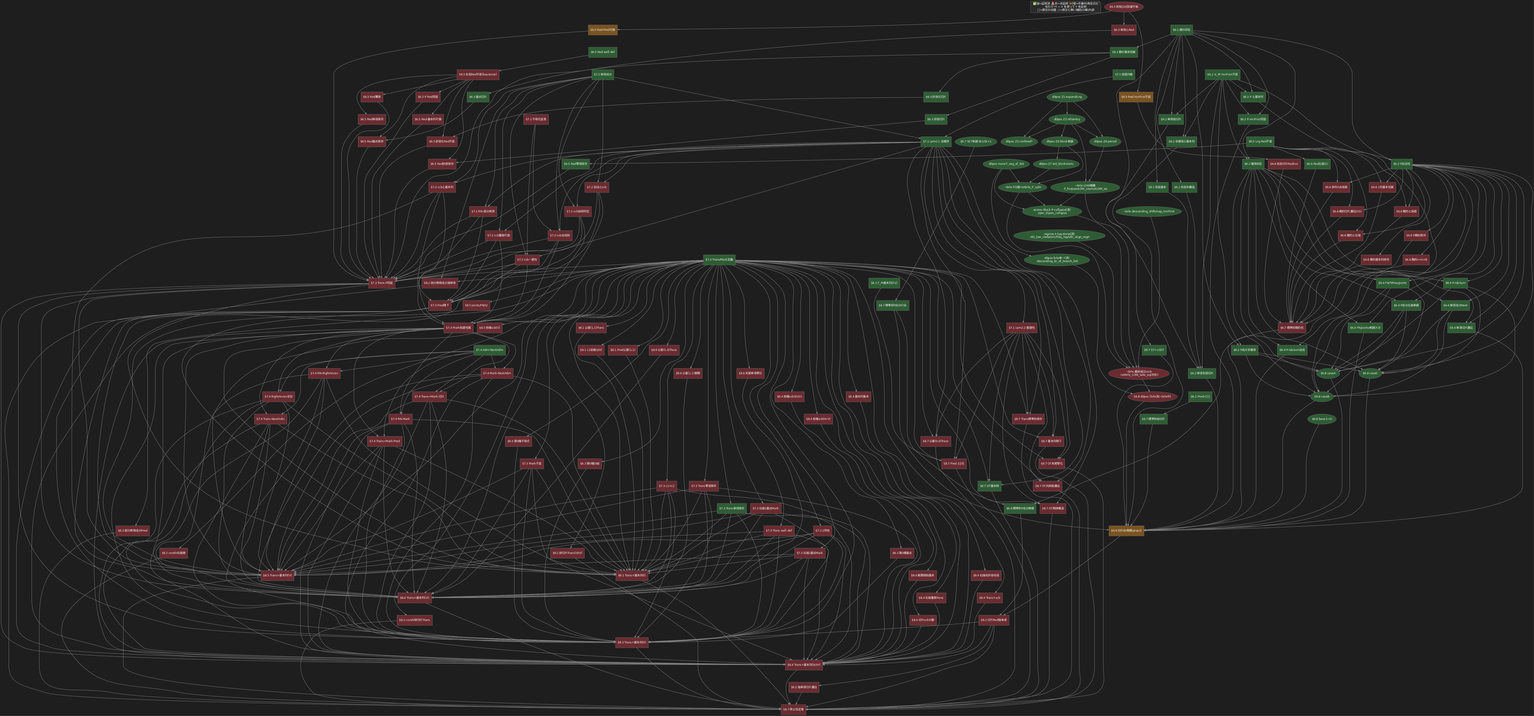
Above: dag.png in koteitan/pss-proof (Graphviz), before the change. Its source is kept beside it as dag.dot.
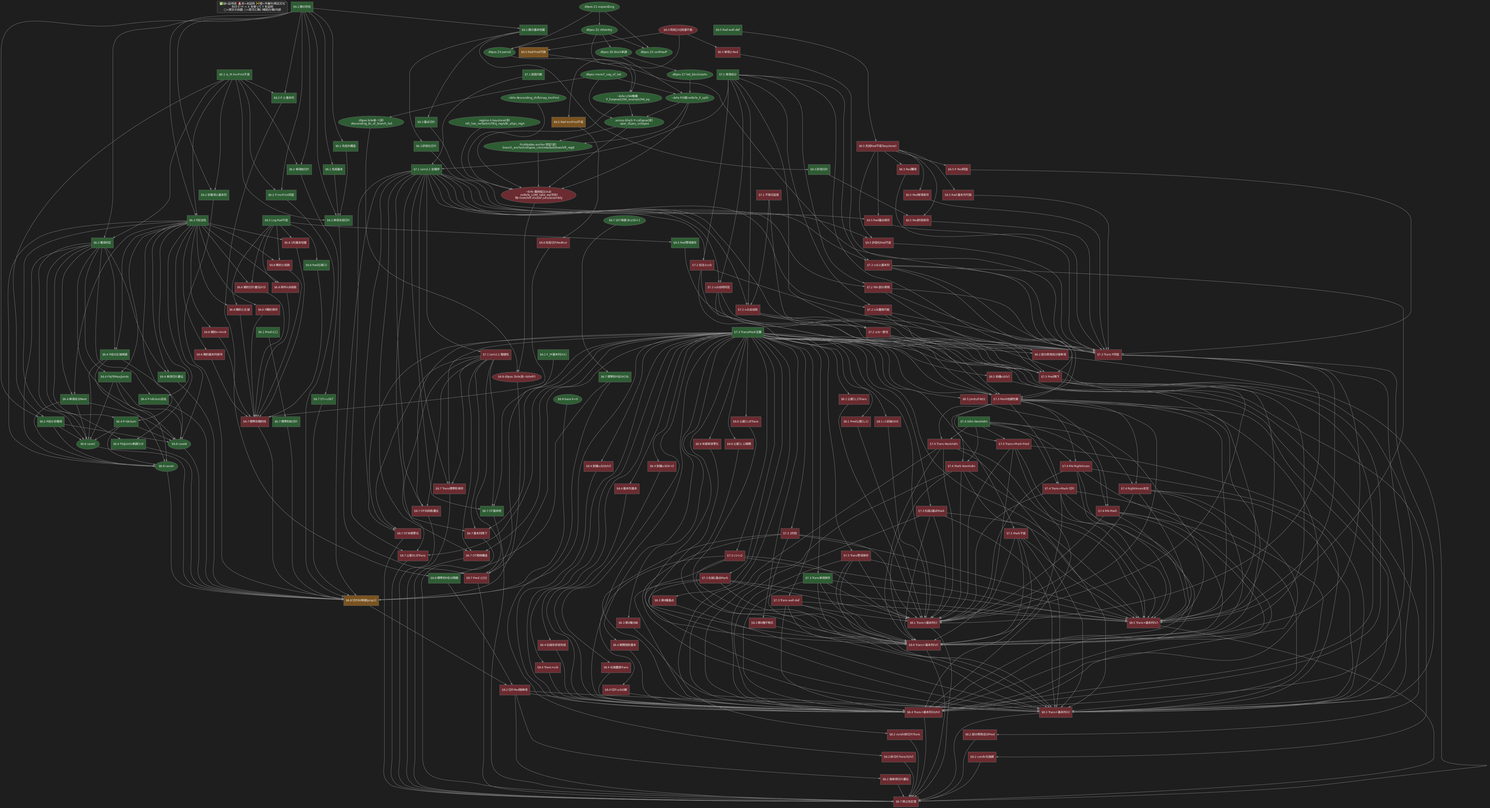
After the commit.

Commit message:
Record §6.8 d0pos FirstNodes-anchor green — structural, no block-fold (doc/dag)

The edit, as a diff of the source:
```diff
@@ -13,7 +13,7 @@
   Z6 [shape=ellipse]; Z7 [shape=ellipse];
   d_brle [shape=ellipse]; d_mono [shape=ellipse]; d_split [shape=ellipse];
   d_low [shape=ellipse]; d_dapp [shape=ellipse]; d_wire [shape=ellipse];
-  d_collapse [shape=ellipse]; d_regA [shape=ellipse];
+  d_collapse [shape=ellipse]; d_regA [shape=ellipse]; d_anchor [shape=ellipse];
   SkTmono [shape=ellipse]; dead20 [shape=ellipse];
 
   /* ===== color classes ===== */
@@ -129,7 +129,8 @@
     d_dapp [label="¬brle descending_shift/map_IncrFirst", fillcolor="#2e5d34"];
     d_collapse [label="across-block P-collapse(済)\n oper_d1pos_collapse", fillcolor="#2e5d34"];
     d_regA [label="regime A keystone(済)\n nth_low_verbatim/TrEq_regA/Br_align_regA", fillcolor="#2e5d34"];
-    d_wire [label="¬brle 最終組立stub\n notbrle_LOW_take_eq(存在)", fillcolor="#6b2b30"];
+    d_anchor [label="FirstNodes-anchor 同定(済)\n branch_anchor/collapse_concrete/butl/lowshift_regB", fillcolor="#2e5d34"];
+    d_wire [label="¬brle 最終組立stub\n notbrle_LOW_take_eq(存在)\n 残=lowshift-ctx/tail-junc/assembly", fillcolor="#6b2b30"];
 
   /* ===================== §6.7 標準形 ===================== */
     p67_un [label="§6.7 ST=∪SkT", fillcolor="#2e5d34"];
@@ -211,8 +212,9 @@
   p67_Pc -> p68_p1;
   {d_brle d_wire} -> c_d0pos;
   d_mono -> d_brle;
-  {d_split d_low d_dapp d_collapse d_regA} -> d_wire;
+  {d_split d_low d_dapp d_collapse d_regA d_anchor} -> d_wire;
   {d_split d_low d_mono} -> d_collapse;
+  {d_collapse d_split} -> d_anchor;
   Z1 -> Z2; Z2 -> Z3; Z2 -> Z4; Z1 -> Z3; Z1 -> Z4; Z2 -> Z6; Z6 -> Z7;
   {Z2 Z4} -> d_low; d_mono -> d_split; {Z6 Z7} -> d_split;
   p67_Pc -> p68_p2; p62_Pop -> p68_p2;
```
